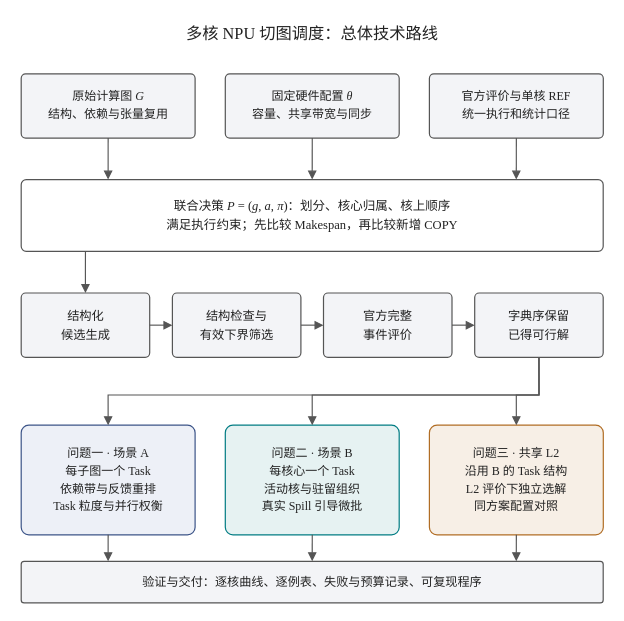
Earlier version of the draw.io diagram r12_answer_20260925/流程图_优化版_20260926/drawio/00_R12_总体技术路线.drawio (124-creator/HuaWei). Source tidied: cells renumbered, new cells numbered last; positions are measured from the earlier drawing's top-left corner, leaving out a move shared by most shapes. Both pictures are drawn from the tidied source at 100%, with x=0, y=0 at pixel (17, 17).
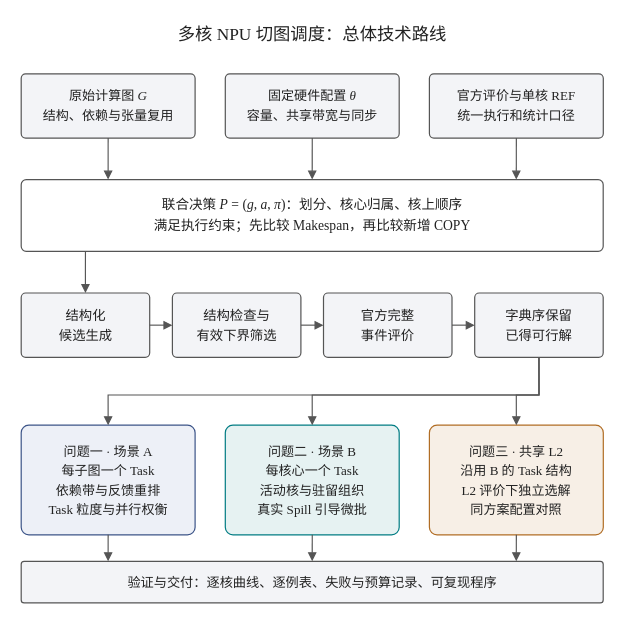
The same page after the edit.

Diff of the diagram source:
```diff
@@
-    <mxCell id="2" value="&lt;div style=&quot;font-family:'Liberation Serif','WenQuanYi Zen Hei';line-height:1.48;&quot;&gt;多核 NPU 切图调度：总体技术路线&lt;/div&gt;" style="text;html=1;whiteSpace=wrap;align=center;verticalAlign=middle;fontFamily=WenQuanYi Zen Hei;fontSize=16.266666666666666;fontColor=#222222;fillColor=none;strokeColor=none;strokeWidth=1.2;spacing=5;" parent="1" vertex="1">
+    <mxCell id="2" value="&lt;div style=&quot;font-family:'Liberation Serif','WenQuanYi Zen Hei';line-height:1.48;&quot;&gt;多核 NPU 切图调度：总体技术路线&lt;/div&gt;" style="text;html=1;whiteSpace=wrap;align=center;verticalAlign=middle;fontFamily=WenQuanYi Zen Hei;fontSize=17.333333333333332;fontColor=#222222;fillColor=none;strokeColor=none;strokeWidth=1.2;spacing=5;" parent="1" vertex="1">
       <mxGeometry x="-0.1" y="-0.4" width="589.6" height="34" as="geometry" />
     </mxCell>
-    <mxCell id="3" value="&lt;div style=&quot;font-family:'Liberation Serif','WenQuanYi Zen Hei';line-height:1.48;&quot;&gt;原始计算图 &lt;i&gt;G&lt;/i&gt;&lt;br&gt;结构、依赖与张量复用&lt;/div&gt;" style="rounded=1;arcSize=7;html=1;whiteSpace=wrap;align=center;verticalAlign=middle;fontFamily=WenQuanYi Zen Hei;fontSize=12.0;fontColor=#222222;fillColor=#F3F4F7;strokeColor=#555555;strokeWidth=1.2;spacing=5;" parent="1" vertex="1">
+    <mxCell id="3" value="&lt;div style=&quot;font-family:'Liberation Serif','WenQuanYi Zen Hei';line-height:1.48;&quot;&gt;原始计算图 &lt;i&gt;G&lt;/i&gt;&lt;br&gt;结构、依赖与张量复用&lt;/div&gt;" style="rounded=1;arcSize=7;html=1;whiteSpace=wrap;align=center;verticalAlign=middle;fontFamily=WenQuanYi Zen Hei;fontSize=13.066666666666668;fontColor=#222222;fillColor=#F3F4F7;strokeColor=#555555;strokeWidth=1.2;spacing=5;" parent="1" vertex="1">
       <mxGeometry x="3.7" y="56.3" width="173.9" height="64.3" as="geometry" />
     </mxCell>
-    <mxCell id="4" value="&lt;div style=&quot;font-family:'Liberation Serif','WenQuanYi Zen Hei';line-height:1.48;&quot;&gt;固定硬件配置 &lt;i&gt;θ&lt;/i&gt;&lt;br&gt;容量、共享带宽与同步&lt;/div&gt;" style="rounded=1;arcSize=7;html=1;whiteSpace=wrap;align=center;verticalAlign=middle;fontFamily=WenQuanYi Zen Hei;fontSize=12.0;fontColor=#222222;fillColor=#F3F4F7;strokeColor=#555555;strokeWidth=1.2;spacing=5;" parent="1" vertex="1">
+    <mxCell id="4" value="&lt;div style=&quot;font-family:'Liberation Serif','WenQuanYi Zen Hei';line-height:1.48;&quot;&gt;固定硬件配置 &lt;i&gt;θ&lt;/i&gt;&lt;br&gt;容量、共享带宽与同步&lt;/div&gt;" style="rounded=1;arcSize=7;html=1;whiteSpace=wrap;align=center;verticalAlign=middle;fontFamily=WenQuanYi Zen Hei;fontSize=13.066666666666668;fontColor=#222222;fillColor=#F3F4F7;strokeColor=#555555;strokeWidth=1.2;spacing=5;" parent="1" vertex="1">
       <mxGeometry x="207.8" y="56.3" width="173.9" height="64.3" as="geometry" />
     </mxCell>
-    <mxCell id="5" value="&lt;div style=&quot;font-family:'Liberation Serif','WenQuanYi Zen Hei';line-height:1.48;&quot;&gt;官方评价与单核 REF&lt;br&gt;统一执行和统计口径&lt;/div&gt;" style="rounded=1;arcSize=7;html=1;whiteSpace=wrap;align=center;verticalAlign=middle;fontFamily=WenQuanYi Zen Hei;fontSize=12.0;fontColor=#222222;fillColor=#F3F4F7;strokeColor=#555555;strokeWidth=1.2;spacing=5;" parent="1" vertex="1">
+    <mxCell id="5" value="&lt;div style=&quot;font-family:'Liberation Serif','WenQuanYi Zen Hei';line-height:1.48;&quot;&gt;官方评价与单核 REF&lt;br&gt;统一执行和统计口径&lt;/div&gt;" style="rounded=1;arcSize=7;html=1;whiteSpace=wrap;align=center;verticalAlign=middle;fontFamily=WenQuanYi Zen Hei;fontSize=13.066666666666668;fontColor=#222222;fillColor=#F3F4F7;strokeColor=#555555;strokeWidth=1.2;spacing=5;" parent="1" vertex="1">
       <mxGeometry x="411.9" y="56.3" width="173.9" height="64.3" as="geometry" />
     </mxCell>
-    <mxCell id="6" value="&lt;div style=&quot;font-family:'Liberation Serif','WenQuanYi Zen Hei';line-height:1.48;&quot;&gt;联合决策 &lt;i&gt;P&lt;/i&gt; = (&lt;i&gt;g&lt;/i&gt;, &lt;i&gt;a&lt;/i&gt;, &lt;i&gt;π&lt;/i&gt;)：划分、核心归属、核上顺序&lt;br&gt;满足执行约束；先比较 Makespan，再比较新增 COPY&lt;/div&gt;" style="rounded=1;arcSize=7;html=1;whiteSpace=wrap;align=center;verticalAlign=middle;fontFamily=WenQuanYi Zen Hei;fontSize=12.533333333333333;fontColor=#222222;fillColor=#FFFFFF;strokeColor=#555555;strokeWidth=1.2;spacing=5;" parent="1" vertex="1">
+    <mxCell id="6" value="&lt;div style=&quot;font-family:'Liberation Serif','WenQuanYi Zen Hei';line-height:1.48;&quot;&gt;联合决策 &lt;i&gt;P&lt;/i&gt; = (&lt;i&gt;g&lt;/i&gt;, &lt;i&gt;a&lt;/i&gt;, &lt;i&gt;π&lt;/i&gt;)：划分、核心归属、核上顺序&lt;br&gt;满足执行约束；先比较 Makespan，再比较新增 COPY&lt;/div&gt;" style="rounded=1;arcSize=7;html=1;whiteSpace=wrap;align=center;verticalAlign=middle;fontFamily=WenQuanYi Zen Hei;fontSize=13.6;fontColor=#222222;fillColor=#FFFFFF;strokeColor=#555555;strokeWidth=1.2;spacing=5;" parent="1" vertex="1">
       <mxGeometry x="3.7" y="162.1" width="582" height="71.8" as="geometry" />
     </mxCell>
-    <mxCell id="7" value="&lt;div style=&quot;font-family:'Liberation Serif','WenQuanYi Zen Hei';line-height:1.48;&quot;&gt;结构化&lt;br&gt;候选生成&lt;/div&gt;" style="rounded=1;arcSize=7;html=1;whiteSpace=wrap;align=center;verticalAlign=middle;fontFamily=WenQuanYi Zen Hei;fontSize=12.266666666666666;fontColor=#222222;fillColor=#F3F4F7;strokeColor=#555555;strokeWidth=1.2;spacing=5;" parent="1" vertex="1">
+    <mxCell id="7" value="&lt;div style=&quot;font-family:'Liberation Serif','WenQuanYi Zen Hei';line-height:1.48;&quot;&gt;结构化&lt;br&gt;候选生成&lt;/div&gt;" style="rounded=1;arcSize=7;html=1;whiteSpace=wrap;align=center;verticalAlign=middle;fontFamily=WenQuanYi Zen Hei;fontSize=13.333333333333334;fontColor=#222222;fillColor=#F3F4F7;strokeColor=#555555;strokeWidth=1.2;spacing=5;" parent="1" vertex="1">
       <mxGeometry x="3.7" y="275.5" width="128.5" height="64.3" as="geometry" />
     </mxCell>
-    <mxCell id="8" value="&lt;div style=&quot;font-family:'Liberation Serif','WenQuanYi Zen Hei';line-height:1.48;&quot;&gt;结构检查与&lt;br&gt;有效下界筛选&lt;/div&gt;" style="rounded=1;arcSize=7;html=1;whiteSpace=wrap;align=center;verticalAlign=middle;fontFamily=WenQuanYi Zen Hei;fontSize=12.266666666666666;fontColor=#222222;fillColor=#F3F4F7;strokeColor=#555555;strokeWidth=1.2;spacing=5;" parent="1" vertex="1">
+    <mxCell id="8" value="&lt;div style=&quot;font-family:'Liberation Serif','WenQuanYi Zen Hei';line-height:1.48;&quot;&gt;结构检查与&lt;br&gt;有效下界筛选&lt;/div&gt;" style="rounded=1;arcSize=7;html=1;whiteSpace=wrap;align=center;verticalAlign=middle;fontFamily=WenQuanYi Zen Hei;fontSize=13.333333333333334;fontColor=#222222;fillColor=#F3F4F7;strokeColor=#555555;strokeWidth=1.2;spacing=5;" parent="1" vertex="1">
       <mxGeometry x="154.9" y="275.5" width="128.5" height="64.3" as="geometry" />
     </mxCell>
-    <mxCell id="9" value="&lt;div style=&quot;font-family:'Liberation Serif','WenQuanYi Zen Hei';line-height:1.48;&quot;&gt;官方完整&lt;br&gt;事件评价&lt;/div&gt;" style="rounded=1;arcSize=7;html=1;whiteSpace=wrap;align=center;verticalAlign=middle;fontFamily=WenQuanYi Zen Hei;fontSize=12.266666666666666;fontColor=#222222;fillColor=#F3F4F7;strokeColor=#555555;strokeWidth=1.2;spacing=5;" parent="1" vertex="1">
+    <mxCell id="9" value="&lt;div style=&quot;font-family:'Liberation Serif','WenQuanYi Zen Hei';line-height:1.48;&quot;&gt;官方完整&lt;br&gt;事件评价&lt;/div&gt;" style="rounded=1;arcSize=7;html=1;whiteSpace=wrap;align=center;verticalAlign=middle;fontFamily=WenQuanYi Zen Hei;fontSize=13.333333333333334;fontColor=#222222;fillColor=#F3F4F7;strokeColor=#555555;strokeWidth=1.2;spacing=5;" parent="1" vertex="1">
       <mxGeometry x="306" y="275.5" width="128.5" height="64.3" as="geometry" />
     </mxCell>
-    <mxCell id="10" value="&lt;div style=&quot;font-family:'Liberation Serif','WenQuanYi Zen Hei';line-height:1.48;&quot;&gt;字典序保留&lt;br&gt;已得可行解&lt;/div&gt;" style="rounded=1;arcSize=7;html=1;whiteSpace=wrap;align=center;verticalAlign=middle;fontFamily=WenQuanYi Zen Hei;fontSize=12.266666666666666;fontColor=#222222;fillColor=#F3F4F7;strokeColor=#555555;strokeWidth=1.2;spacing=5;" parent="1" vertex="1">
+    <mxCell id="10" value="&lt;div style=&quot;font-family:'Liberation Serif','WenQuanYi Zen Hei';line-height:1.48;&quot;&gt;字典序保留&lt;br&gt;已得可行解&lt;/div&gt;" style="rounded=1;arcSize=7;html=1;whiteSpace=wrap;align=center;verticalAlign=middle;fontFamily=WenQuanYi Zen Hei;fontSize=13.333333333333334;fontColor=#222222;fillColor=#F3F4F7;strokeColor=#555555;strokeWidth=1.2;spacing=5;" parent="1" vertex="1">
       <mxGeometry x="457.2" y="275.5" width="128.5" height="64.3" as="geometry" />
     </mxCell>
-    <mxCell id="11" value="&lt;div style=&quot;font-family:'Liberation Serif','WenQuanYi Zen Hei';line-height:1.48;&quot;&gt;问题一 · 场景 A&lt;br&gt;每子图一个 Task&lt;br&gt;依赖带与反馈重排&lt;br&gt;Task 粒度与并行权衡&lt;/div&gt;" style="rounded=1;arcSize=7;html=1;whiteSpace=wrap;align=center;verticalAlign=middle;fontFamily=WenQuanYi Zen Hei;fontSize=12.0;fontColor=#222222;fillColor=#EDF0F7;strokeColor=#3C5488;strokeWidth=1.2;spacing=5;" parent="1" vertex="1">
+    <mxCell id="11" value="&lt;div style=&quot;font-family:'Liberation Serif','WenQuanYi Zen Hei';line-height:1.48;&quot;&gt;问题一 · 场景 A&lt;br&gt;每子图一个 Task&lt;br&gt;依赖带与反馈重排&lt;br&gt;Task 粒度与并行权衡&lt;/div&gt;" style="rounded=1;arcSize=7;html=1;whiteSpace=wrap;align=center;verticalAlign=middle;fontFamily=WenQuanYi Zen Hei;fontSize=13.066666666666668;fontColor=#222222;fillColor=#EDF0F7;strokeColor=#3C5488;strokeWidth=1.2;spacing=5;" parent="1" vertex="1">
       <mxGeometry x="3.7" y="407.7" width="173.9" height="109.6" as="geometry" />
     </mxCell>
-    <mxCell id="12" value="&lt;div style=&quot;font-family:'Liberation Serif','WenQuanYi Zen Hei';line-height:1.48;&quot;&gt;问题二 · 场景 B&lt;br&gt;每核心一个 Task&lt;br&gt;活动核与驻留组织&lt;br&gt;真实 Spill 引导微批&lt;/div&gt;" style="rounded=1;arcSize=7;html=1;whiteSpace=wrap;align=center;verticalAlign=middle;fontFamily=WenQuanYi Zen Hei;fontSize=12.0;fontColor=#222222;fillColor=#E6F2F2;strokeColor=#007C83;strokeWidth=1.2;spacing=5;" parent="1" vertex="1">
+    <mxCell id="12" value="&lt;div style=&quot;font-family:'Liberation Serif','WenQuanYi Zen Hei';line-height:1.48;&quot;&gt;问题二 · 场景 B&lt;br&gt;每核心一个 Task&lt;br&gt;活动核与驻留组织&lt;br&gt;真实 Spill 引导微批&lt;/div&gt;" style="rounded=1;arcSize=7;html=1;whiteSpace=wrap;align=center;verticalAlign=middle;fontFamily=WenQuanYi Zen Hei;fontSize=13.066666666666668;fontColor=#222222;fillColor=#E6F2F2;strokeColor=#007C83;strokeWidth=1.2;spacing=5;" parent="1" vertex="1">
       <mxGeometry x="207.8" y="407.7" width="173.9" height="109.6" as="geometry" />
     </mxCell>
-    <mxCell id="13" value="&lt;div style=&quot;font-family:'Liberation Serif','WenQuanYi Zen Hei';line-height:1.48;&quot;&gt;问题三 · 共享 L2&lt;br&gt;沿用 B 的 Task 结构&lt;br&gt;L2 评价下独立选解&lt;br&gt;同方案配置对照&lt;/div&gt;" style="rounded=1;arcSize=7;html=1;whiteSpace=wrap;align=center;verticalAlign=middle;fontFamily=WenQuanYi Zen Hei;fontSize=12.0;fontColor=#222222;fillColor=#F7EFE6;strokeColor=#B16D24;strokeWidth=1.2;spacing=5;" parent="1" vertex="1">
+    <mxCell id="13" value="&lt;div style=&quot;font-family:'Liberation Serif','WenQuanYi Zen Hei';line-height:1.48;&quot;&gt;问题三 · 共享 L2&lt;br&gt;沿用 B 的 Task 结构&lt;br&gt;L2 评价下独立选解&lt;br&gt;同方案配置对照&lt;/div&gt;" style="rounded=1;arcSize=7;html=1;whiteSpace=wrap;align=center;verticalAlign=middle;fontFamily=WenQuanYi Zen Hei;fontSize=13.066666666666668;fontColor=#222222;fillColor=#F7EFE6;strokeColor=#B16D24;strokeWidth=1.2;spacing=5;" parent="1" vertex="1">
       <mxGeometry x="411.9" y="407.7" width="173.9" height="109.6" as="geometry" />
     </mxCell>
-    <mxCell id="14" value="&lt;div style=&quot;font-family:'Liberation Serif','WenQuanYi Zen Hei';line-height:1.48;&quot;&gt;验证与交付：逐核曲线、逐例表、失败与预算记录、可复现程序&lt;/div&gt;" style="rounded=1;arcSize=7;html=1;whiteSpace=wrap;align=center;verticalAlign=middle;fontFamily=WenQuanYi Zen Hei;fontSize=12.133333333333333;fontColor=#222222;fillColor=#F3F4F7;strokeColor=#555555;strokeWidth=1.2;spacing=5;" parent="1" vertex="1">
+    <mxCell id="14" value="&lt;div style=&quot;font-family:'Liberation Serif','WenQuanYi Zen Hei';line-height:1.48;&quot;&gt;验证与交付：逐核曲线、逐例表、失败与预算记录、可复现程序&lt;/div&gt;" style="rounded=1;arcSize=7;html=1;whiteSpace=wrap;align=center;verticalAlign=middle;fontFamily=WenQuanYi Zen Hei;fontSize=13.200000000000001;fontColor=#222222;fillColor=#F3F4F7;strokeColor=#555555;strokeWidth=1.2;spacing=5;" parent="1" vertex="1">
       <mxGeometry x="3.7" y="543.8" width="582" height="41.6" as="geometry" />
     </mxCell>
```
